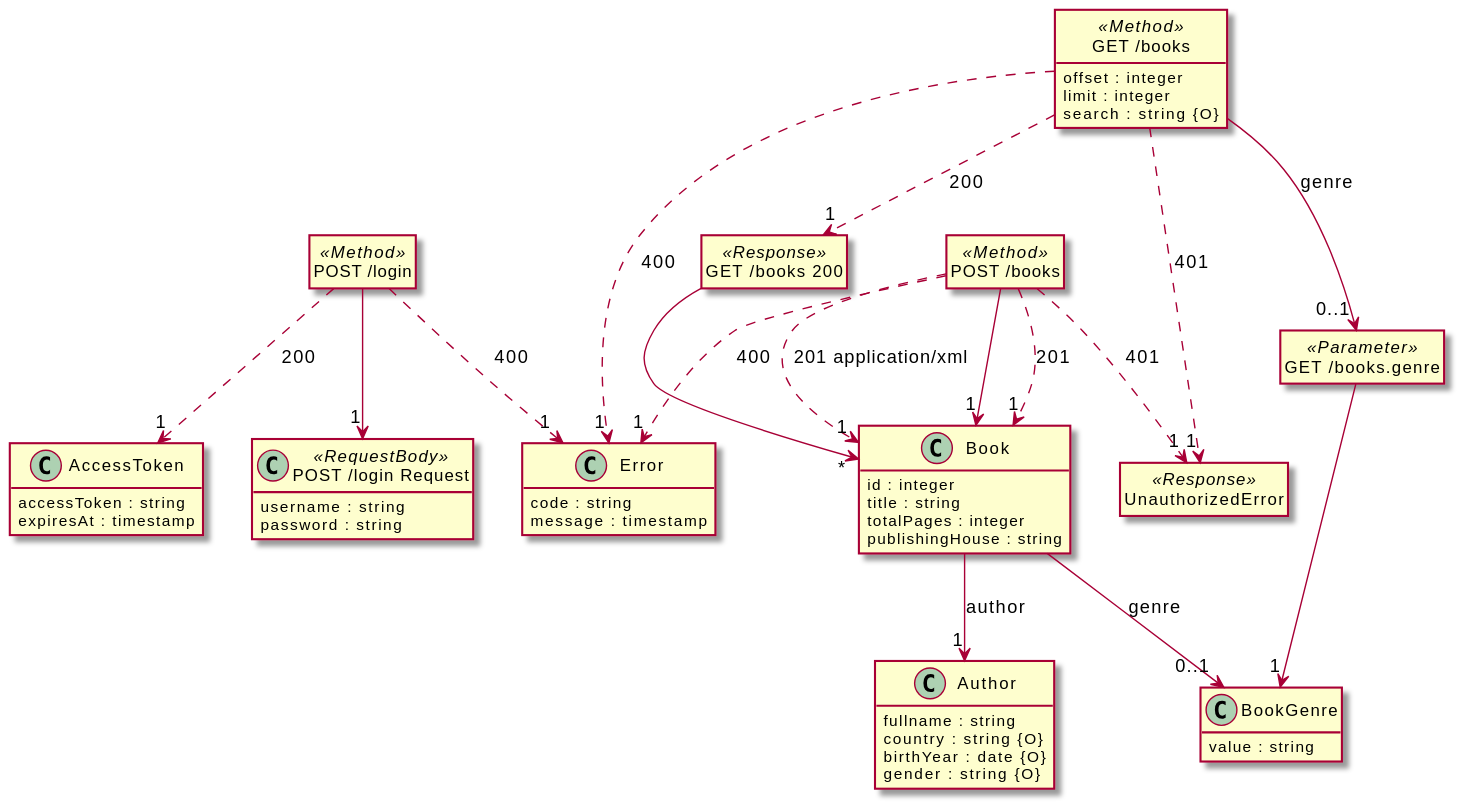
Earlier version of the PlantUML export src/docs/demos/bookstore.svg (davidmoten/openapi-to-plantuml).
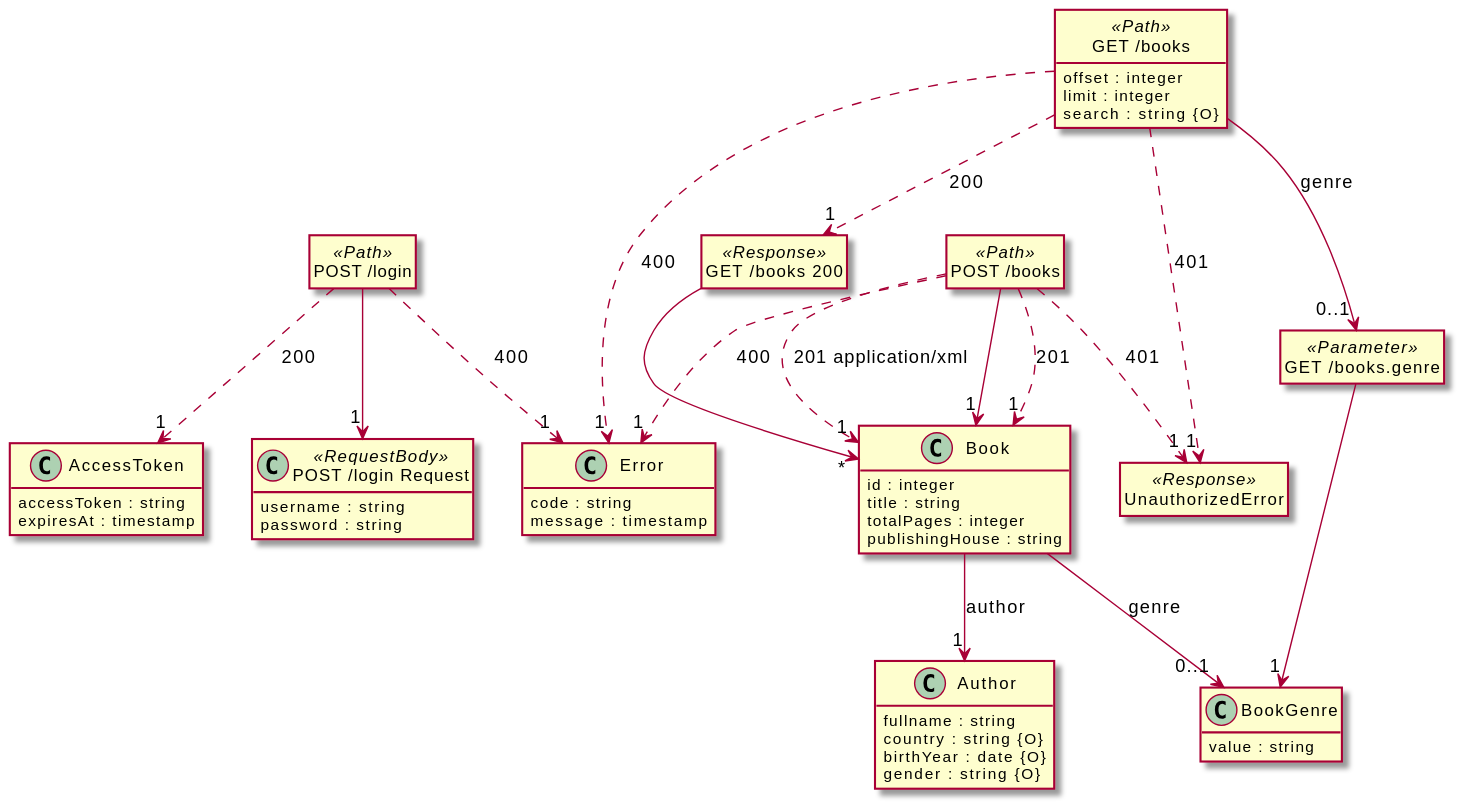
Above is the later version.

Change to the diagram source:
```diff
@@ -1,5 +1,5 @@
 @startuml
-hide <<Method>> circle
+hide <<Path>> circle
 hide <<Response>> circle
 hide <<Parameter>> circle
 hide empty methods
@@ -37,7 +37,7 @@
 class "UnauthorizedError" <<Response>> {
 }
 
-class "POST /login" <<Method>> {
+class "POST /login" <<Path>> {
 }
 
 class "POST /login Request" <<RequestBody>> {
@@ -45,7 +45,7 @@
   password : string
 }
 
-class "GET /books" <<Method>> {
+class "GET /books" <<Path>> {
   offset : integer
   limit : integer
   search : string {O}
@@ -57,7 +57,7 @@
 class "GET /books 200" <<Response>> {
 }
 
-class "POST /books" <<Method>> {
+class "POST /books" <<Path>> {
 }
 
 "Book" --> "0..1" "BookGenre"  :  "genre"
```
